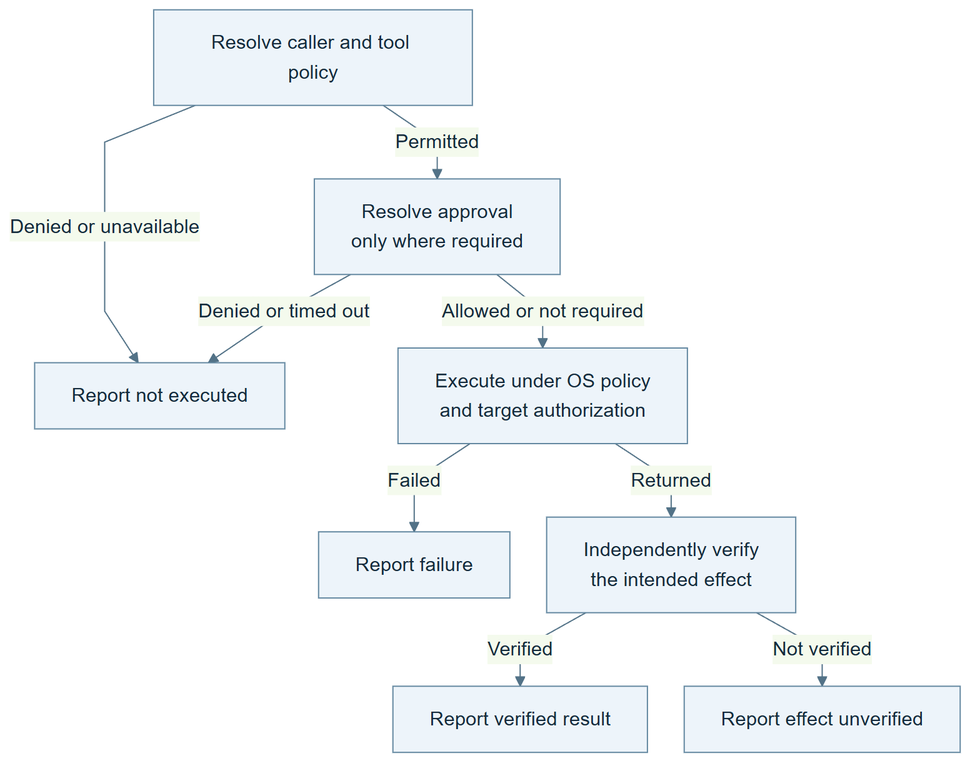
Earlier version of the Mermaid export series/hermes-agent/v0.21.0/labs/05-security-boundaries/assets/action-lifecycle.png (vingov/the-agent-stack-labs). Its source is kept beside it as series/hermes-agent/v0.21.0/labs/05-security-boundaries/assets/action-lifecycle.mmd.
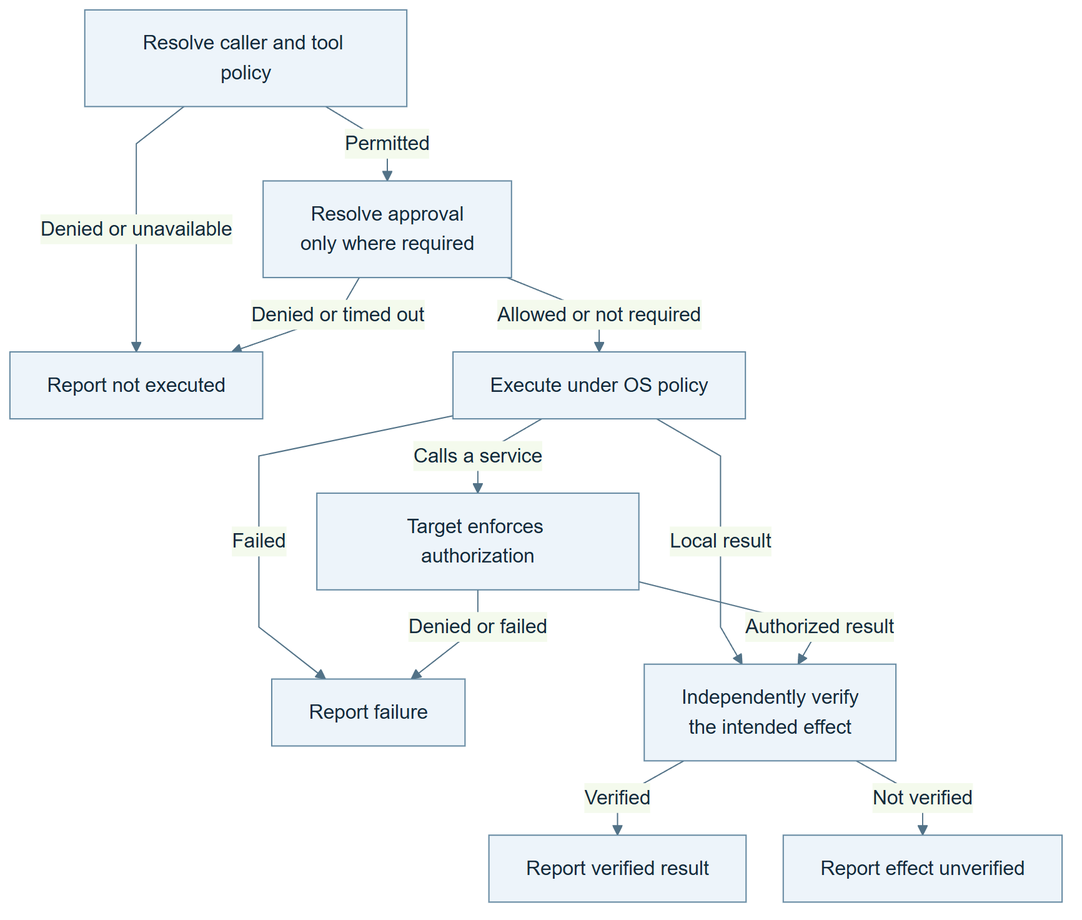
The same diagram one commit later.

Change to the diagram source:
```diff
@@ -2,8 +2,11 @@
   P["Resolve caller and tool policy"] -->|Permitted| A["Resolve approval<br/>only where required"]
   P -->|Denied or unavailable| N["Report not executed"]
   A -->|Denied or timed out| N
-  A -->|Allowed or not required| E["Execute under OS policy<br/>and target authorization"]
+  A -->|Allowed or not required| E["Execute under OS policy"]
   E -->|Failed| F["Report failure"]
-  E -->|Returned| V["Independently verify<br/>the intended effect"]
+  E -->|Local result| V["Independently verify<br/>the intended effect"]
+  E -->|Calls a service| T["Target enforces authorization"]
+  T -->|Denied or failed| F
+  T -->|Authorized result| V
   V -->|Verified| S["Report verified result"]
   V -->|Not verified| U["Report effect unverified"]
```
